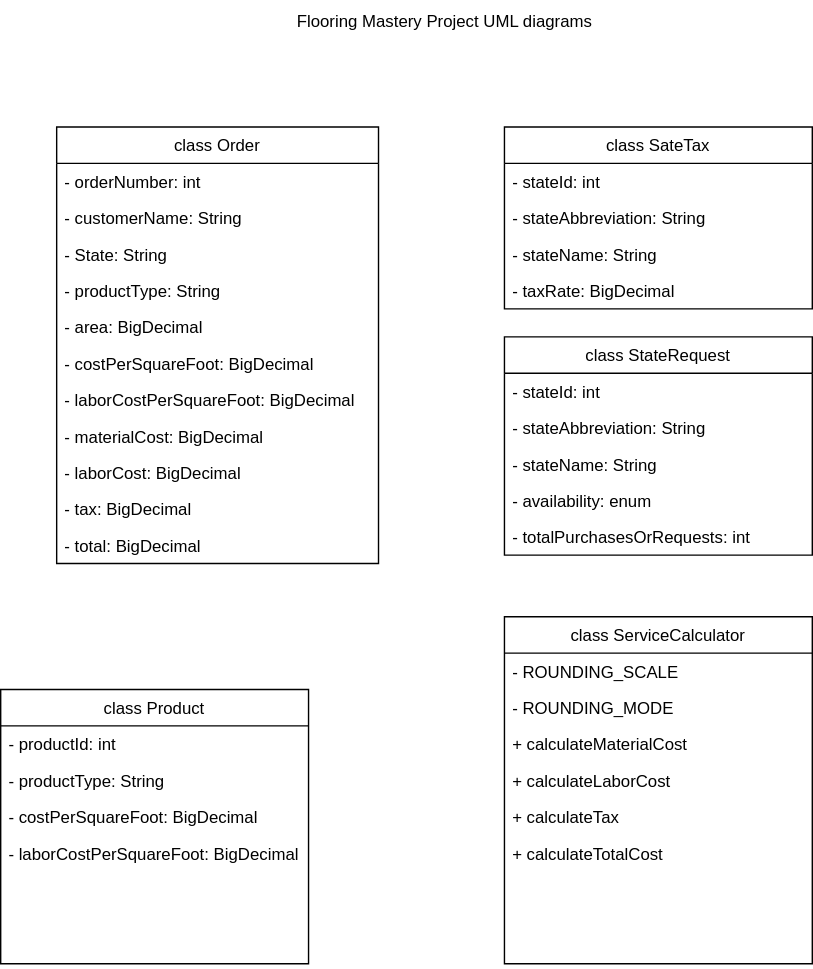
Earlier version of the draw.io export modelsUMLDiagrams.svg (The-Software-Guild/flooring-mastery---class-diagrams-flowchart-Cirufrank). Source tidied: cells renumbered, new cells last; positions are measured from the earlier drawing's top-left corner, leaving out a move shared by most shapes.
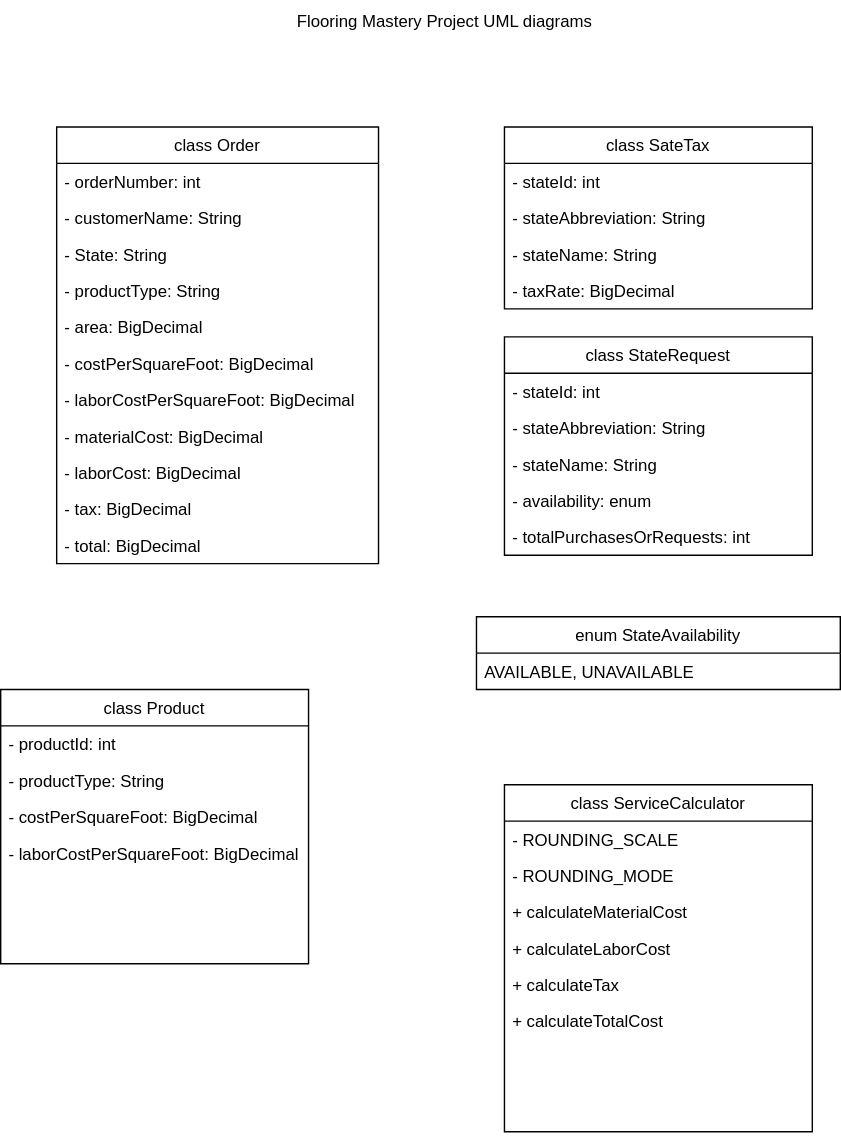
After the change.

Commit message:
Add StateAvailability enum to UML diagram sheet

What changed in the source:
```diff
@@ -54,7 +54,7 @@
       <mxGeometry y="104" width="220" height="26" as="geometry" />
     </mxCell>
     <mxCell id="19" value="class ServiceCalculator" style="swimlane;fontStyle=0;horizontal=1;startSize=26;fillColor=none;" parent="1" vertex="1">
-      <mxGeometry x="360" y="440" width="220" height="248" as="geometry" />
+      <mxGeometry x="360" y="560" width="220" height="248" as="geometry" />
     </mxCell>
     <mxCell id="20" value="- ROUNDING_SCALE" style="text;strokeColor=none;fillColor=none;align=left;verticalAlign=top;spacingLeft=4;spacingRight=4;overflow=hidden;" parent="19" vertex="1">
       <mxGeometry y="26" width="220" height="26" as="geometry" />
@@ -110,5 +110,11 @@
     <mxCell id="37" value="- totalPurchasesOrRequests: int" style="text;strokeColor=none;fillColor=none;align=left;verticalAlign=top;spacingLeft=4;spacingRight=4;overflow=hidden;" parent="32" vertex="1">
       <mxGeometry y="130" width="220" height="26" as="geometry" />
     </mxCell>
+    <mxCell id="38" value="enum StateAvailability" style="swimlane;fontStyle=0;horizontal=1;startSize=26;fillColor=none;" parent="1" vertex="1">
+      <mxGeometry x="340" y="440" width="260" height="52" as="geometry" />
+    </mxCell>
+    <mxCell id="39" value="AVAILABLE, UNAVAILABLE" style="text;strokeColor=none;fillColor=none;align=left;verticalAlign=top;spacingLeft=4;spacingRight=4;overflow=hidden;" parent="38" vertex="1">
+      <mxGeometry y="26" width="260" height="26" as="geometry" />
+    </mxCell>
   </root>
 </mxGraphModel>
```
